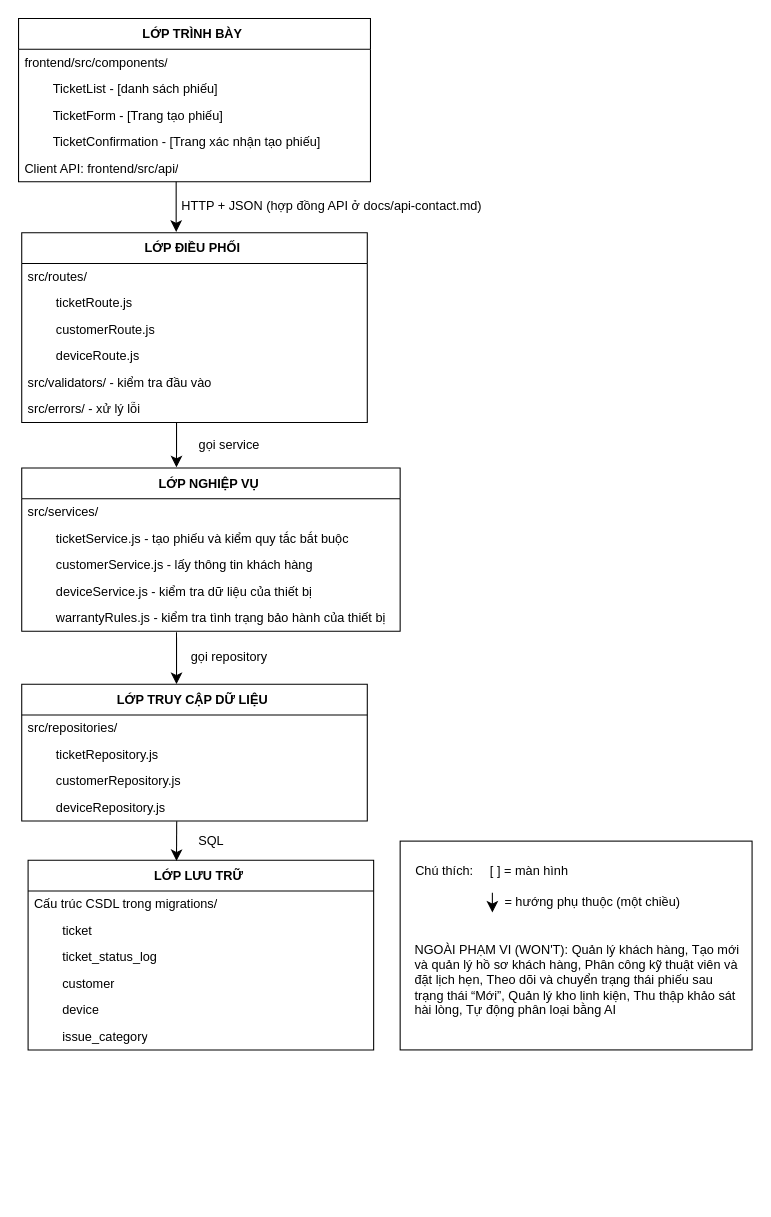
This is docs/architecture-thuc-te.drawio from Dang-Mai-Hoang-Long/cdtn1-dangmaihoanglong-l2, a draw.io file, before an edit. Source tidied: cells renumbered, new cells numbered last; positions are measured from the earlier drawing's top-left corner, leaving out a move shared by most shapes. Both pictures are drawn from the tidied source at 106%, with x=0, y=0 at pixel (18, 18).
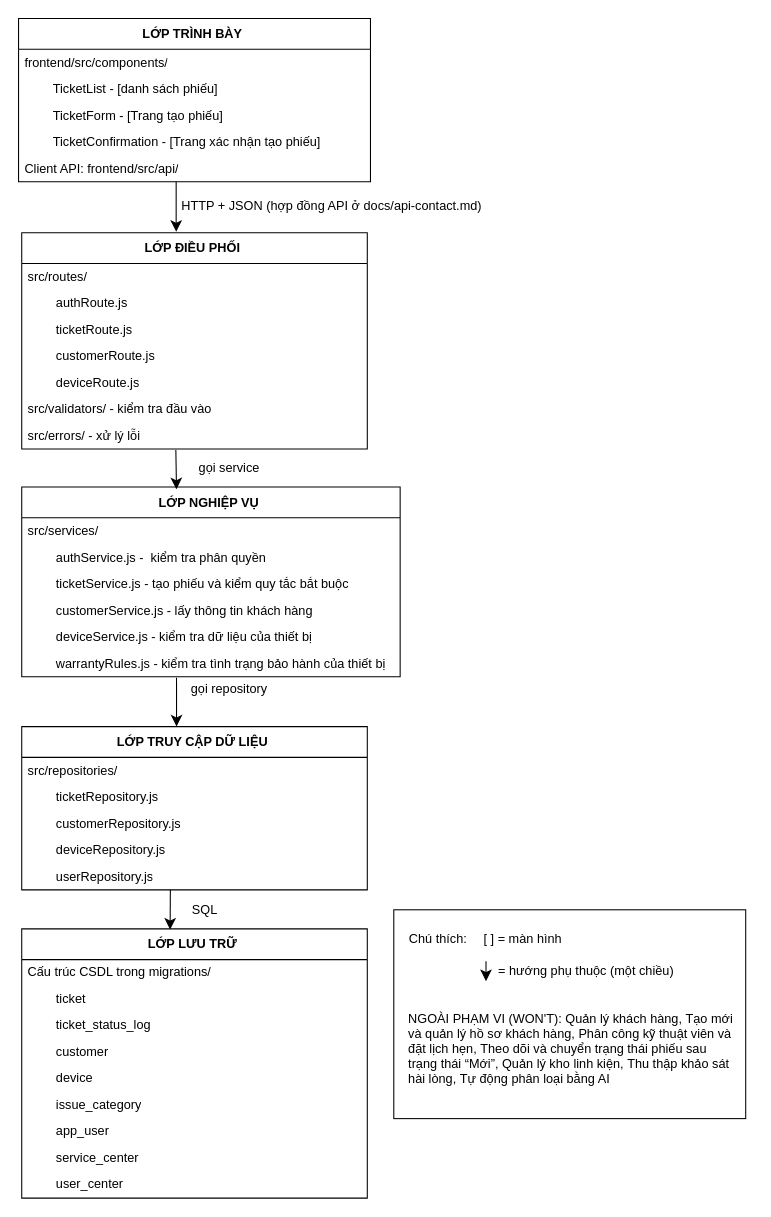
The same page after the edit.

The edit, as a diff of the source:
```diff
@@
     <mxCell id="8" value="LỚP NGHIỆP VỤ&amp;nbsp;" style="swimlane;fontStyle=1;align=center;verticalAlign=middle;horizontal=1;startSize=29;html=1;whiteSpace=wrap;" parent="1" vertex="1">
-      <mxGeometry x="3" y="424" width="357" height="154" as="geometry" />
+      <mxGeometry x="3" y="442" width="357" height="179" as="geometry" />
     </mxCell>
@@
-    <mxCell id="10" value="&lt;span style=&quot;white-space: pre;&quot;&gt;&#9;&lt;/span&gt;ticketService.js - tạo phiếu và kiểm quy tắc bắt buộc" style="text;html=1;strokeColor=none;fillColor=none;align=left;verticalAlign=middle;spacingLeft=4;spacingRight=4;overflow=hidden;whiteSpace=wrap;" parent="8" vertex="1">
+    <mxCell id="10" value="&lt;span style=&quot;white-space: pre;&quot;&gt;&#9;&lt;/span&gt;authService.js -&amp;nbsp; kiểm tra phân quyền" style="text;html=1;strokeColor=none;fillColor=none;align=left;verticalAlign=middle;spacingLeft=4;spacingRight=4;overflow=hidden;whiteSpace=wrap;" parent="8" vertex="1">
       <mxGeometry y="54" width="357" height="25" as="geometry" />
     </mxCell>
+    <mxCell id="47" value="&lt;span style=&quot;white-space: pre;&quot;&gt;&#9;&lt;/span&gt;ticketService.js - tạo phiếu và kiểm quy tắc bắt buộc" style="text;html=1;strokeColor=none;fillColor=none;align=left;verticalAlign=middle;spacingLeft=4;spacingRight=4;overflow=hidden;whiteSpace=wrap;" parent="8" vertex="1">
+      <mxGeometry y="79" width="357" height="25" as="geometry" />
+    </mxCell>
     <mxCell id="11" value="&lt;span style=&quot;white-space: pre;&quot;&gt;&#9;&lt;/span&gt;customerService.js - lấy thông tin khách hàng" style="text;html=1;strokeColor=none;fillColor=none;align=left;verticalAlign=middle;spacingLeft=4;spacingRight=4;overflow=hidden;whiteSpace=wrap;" parent="8" vertex="1">
-      <mxGeometry y="79" width="357" height="25" as="geometry" />
+      <mxGeometry y="104" width="357" height="25" as="geometry" />
     </mxCell>
     <mxCell id="12" value="&lt;span style=&quot;white-space: pre;&quot;&gt;&#9;&lt;/span&gt;deviceService.js - kiểm tra dữ liệu của thiết bị" style="text;html=1;strokeColor=none;fillColor=none;align=left;verticalAlign=middle;spacingLeft=4;spacingRight=4;overflow=hidden;whiteSpace=wrap;" parent="8" vertex="1">
-      <mxGeometry y="104" width="357" height="25" as="geometry" />
+      <mxGeometry y="129" width="357" height="25" as="geometry" />
     </mxCell>
     <mxCell id="13" value="&lt;span style=&quot;white-space: pre;&quot;&gt;&#9;&lt;/span&gt;warrantyRules.js - kiểm tra tình trạng bảo hành của thiết bị" style="text;html=1;strokeColor=none;fillColor=none;align=left;verticalAlign=middle;spacingLeft=4;spacingRight=4;overflow=hidden;points=[[0,0.5],[1,0.5]];portConstraint=eastwest;whiteSpace=wrap;" parent="8" vertex="1">
-      <mxGeometry y="129" width="357" height="25" as="geometry" />
+      <mxGeometry y="154" width="357" height="25" as="geometry" />
     </mxCell>
     <mxCell id="14" value="LỚP TRUY CẬP DỮ LIỆU&amp;nbsp;" style="swimlane;fontStyle=1;align=center;verticalAlign=middle;horizontal=1;startSize=29;html=1;whiteSpace=wrap;" parent="1" vertex="1">
-      <mxGeometry x="3" y="628" width="326" height="129" as="geometry" />
+      <mxGeometry x="3" y="668" width="326" height="154" as="geometry" />
     </mxCell>
@@
+    <mxCell id="48" value="&lt;span style=&quot;white-space: pre;&quot;&gt;&#9;&lt;/span&gt;userRepository.js" style="text;html=1;strokeColor=none;fillColor=none;align=left;verticalAlign=middle;spacingLeft=4;spacingRight=4;overflow=hidden;whiteSpace=wrap;" parent="14" vertex="1">
+      <mxGeometry y="129" width="326" height="25" as="geometry" />
+    </mxCell>
     <mxCell id="19" value="LỚP LƯU TRỮ&amp;nbsp;" style="swimlane;fontStyle=1;align=center;verticalAlign=middle;horizontal=1;startSize=29;html=1;whiteSpace=wrap;" parent="1" vertex="1">
-      <mxGeometry x="9" y="794" width="326" height="179" as="geometry" />
+      <mxGeometry x="3" y="858.8" width="326" height="254" as="geometry" />
     </mxCell>
@@
+    <mxCell id="49" value="&lt;span style=&quot;white-space: pre;&quot;&gt;&#9;&lt;/span&gt;app_user" style="text;html=1;strokeColor=none;fillColor=none;align=left;verticalAlign=middle;spacingLeft=4;spacingRight=4;overflow=hidden;whiteSpace=wrap;" parent="19" vertex="1">
+      <mxGeometry y="179" width="326" height="25" as="geometry" />
+    </mxCell>
+    <mxCell id="50" value="&lt;span style=&quot;white-space: pre;&quot;&gt;&#9;&lt;/span&gt;service_center" style="text;html=1;strokeColor=none;fillColor=none;align=left;verticalAlign=middle;spacingLeft=4;spacingRight=4;overflow=hidden;whiteSpace=wrap;" parent="19" vertex="1">
+      <mxGeometry y="204" width="326" height="25" as="geometry" />
+    </mxCell>
+    <mxCell id="51" value="&lt;span style=&quot;white-space: pre;&quot;&gt;&#9;&lt;/span&gt;&lt;span style=&quot;text-align: center; white-space: nowrap;&quot;&gt;user_center&lt;/span&gt;" style="text;html=1;strokeColor=none;fillColor=none;align=left;verticalAlign=middle;spacingLeft=4;spacingRight=4;overflow=hidden;whiteSpace=wrap;" parent="19" vertex="1">
+      <mxGeometry y="229" width="326" height="25" as="geometry" />
+    </mxCell>
@@
     <mxCell id="27" style="endArrow=classic;html=1;rounded=0;fontSize=12;startSize=8;endSize=8;curved=1;exitX=0.479;exitY=0.98;exitDx=0;exitDy=0;exitPerimeter=0;" parent="1" edge="1">
       <mxGeometry relative="1" as="geometry">
-        <mxPoint x="149.2" y="757.2" as="sourcePoint" />
-        <mxPoint x="149" y="794.8" as="targetPoint" />
+        <mxPoint x="143.2" y="822" as="sourcePoint" />
+        <mxPoint x="143" y="859.5" as="targetPoint" />
       </mxGeometry>
     </mxCell>
     <mxCell id="28" value="SQL" style="text;html=1;whiteSpace=wrap;strokeColor=none;fillColor=none;align=center;verticalAlign=middle;rounded=0;" parent="1" vertex="1">
-      <mxGeometry x="151.5" y="761" width="60" height="30" as="geometry" />
+      <mxGeometry x="145.5" y="825.8" width="60" height="30" as="geometry" />
     </mxCell>
     <mxCell id="29" value="gọi repository" style="text;html=1;whiteSpace=wrap;strokeColor=none;fillColor=none;align=center;verticalAlign=middle;rounded=0;fontStyle=0;" parent="1" vertex="1">
-      <mxGeometry x="151.5" y="588" width="94" height="30" as="geometry" />
+      <mxGeometry x="151.5" y="617.7" width="94" height="30" as="geometry" />
     </mxCell>
@@
     <mxCell id="31" style="rounded=0;whiteSpace=wrap;html=1;fillColor=none;" parent="1" vertex="1">
-      <mxGeometry x="360" y="776" width="332" height="197" as="geometry" />
+      <mxGeometry x="354" y="840.8" width="332" height="197" as="geometry" />
     </mxCell>
     <mxCell id="32" value="Chú thích:" style="text;html=1;whiteSpace=wrap;strokeColor=none;fillColor=none;align=center;verticalAlign=middle;rounded=0;" parent="1" vertex="1">
-      <mxGeometry x="372" y="789" width="60" height="30" as="geometry" />
+      <mxGeometry x="366" y="853.8" width="60" height="30" as="geometry" />
     </mxCell>
     <mxCell id="33" value="[ ] = màn hình" style="text;html=1;whiteSpace=wrap;strokeColor=none;fillColor=none;align=center;verticalAlign=middle;rounded=0;" parent="1" vertex="1">
-      <mxGeometry x="442" y="789" width="80" height="30" as="geometry" />
+      <mxGeometry x="436" y="853.8" width="80" height="30" as="geometry" />
     </mxCell>
     <mxCell id="34" style="endArrow=classic;html=1;rounded=0;fontSize=12;startSize=8;endSize=8;curved=1;" parent="1" edge="1">
       <mxGeometry relative="1" as="geometry">
-        <mxPoint x="447" y="824.6" as="sourcePoint" />
-        <mxPoint x="447" y="843.4" as="targetPoint" />
+        <mxPoint x="441" y="889.4" as="sourcePoint" />
+        <mxPoint x="441" y="908.1" as="targetPoint" />
       </mxGeometry>
     </mxCell>
     <mxCell id="35" value="&amp;nbsp;= hướng phụ thuộc (một chiều)" style="text;html=1;whiteSpace=wrap;strokeColor=none;fillColor=none;align=center;verticalAlign=middle;rounded=0;" parent="1" vertex="1">
-      <mxGeometry x="451.5" y="819" width="176" height="30" as="geometry" />
+      <mxGeometry x="445.5" y="883.8" width="176" height="30" as="geometry" />
     </mxCell>
     <mxCell id="36" value="&lt;div style=&quot;&quot;&gt;&lt;span style=&quot;background-color: transparent; color: light-dark(rgb(0, 0, 0), rgb(255, 255, 255));&quot;&gt;NGOÀI PHẠM VI (WON'T): Quản lý khách hàng,&amp;nbsp;&lt;/span&gt;&lt;span style=&quot;background-color: transparent; color: light-dark(rgb(0, 0, 0), rgb(255, 255, 255)); font-family: Arial, sans-serif;&quot;&gt;Tạo mới&lt;/span&gt;&lt;/div&gt;&lt;font&gt;&lt;div style=&quot;&quot;&gt;&lt;span style=&quot;background-color: transparent; color: light-dark(rgb(0, 0, 0), rgb(255, 255, 255)); font-family: Arial, sans-serif;&quot;&gt;và quản lý hồ sơ khách hàng,&amp;nbsp;&lt;/span&gt;&lt;span style=&quot;background-color: transparent; color: light-dark(rgb(0, 0, 0), rgb(255, 255, 255)); font-family: Arial, sans-serif;&quot;&gt;Phân&amp;nbsp;&lt;/span&gt;&lt;span style=&quot;background-color: transparent; color: light-dark(rgb(0, 0, 0), rgb(255, 255, 255)); font-family: Arial, sans-serif;&quot;&gt;công kỹ thuật viên và đặt lịch hẹn,&amp;nbsp;&lt;/span&gt;&lt;span style=&quot;background-color: transparent; color: light-dark(rgb(0, 0, 0), rgb(255, 255, 255)); font-family: Arial, sans-serif;&quot;&gt;Theo&amp;nbsp;&lt;/span&gt;&lt;span style=&quot;background-color: transparent; color: light-dark(rgb(0, 0, 0), rgb(255, 255, 255)); font-family: Arial, sans-serif;&quot;&gt;dõi và chuyển trạng thái phiếu sau trạng thái “Mới”,&amp;nbsp;&lt;/span&gt;&lt;span style=&quot;background-color: transparent; color: light-dark(rgb(0, 0, 0), rgb(255, 255, 255)); font-family: Arial, sans-serif;&quot;&gt;Quản&amp;nbsp;&lt;/span&gt;&lt;span style=&quot;background-color: transparent; color: light-dark(rgb(0, 0, 0), rgb(255, 255, 255)); font-family: Arial, sans-serif;&quot;&gt;lý kho linh kiện,&amp;nbsp;&lt;/span&gt;&lt;span style=&quot;background-color: transparent; color: light-dark(rgb(0, 0, 0), rgb(255, 255, 255)); font-family: Arial, sans-serif;&quot;&gt;Thu thập&amp;nbsp;&lt;/span&gt;&lt;span style=&quot;background-color: transparent; color: light-dark(rgb(0, 0, 0), rgb(255, 255, 255)); font-family: Arial, sans-serif;&quot;&gt;khảo sát hài lòng,&amp;nbsp;&lt;/span&gt;&lt;span style=&quot;background-color: transparent; color: light-dark(rgb(0, 0, 0), rgb(255, 255, 255)); font-family: Arial, sans-serif;&quot;&gt;Tự động&amp;nbsp;&lt;/span&gt;&lt;span style=&quot;background-color: transparent; color: light-dark(rgb(0, 0, 0), rgb(255, 255, 255)); font-family: Arial, sans-serif;&quot;&gt;phân loại bằng AI&amp;nbsp;&lt;/span&gt;&lt;/div&gt;&lt;/font&gt;&lt;p&gt;&lt;/p&gt;" style="text;html=1;whiteSpace=wrap;strokeColor=none;fillColor=none;align=left;verticalAlign=middle;rounded=0;" parent="1" vertex="1">
-      <mxGeometry x="372" y="873" width="313" height="80" as="geometry" />
+      <mxGeometry x="366" y="937.8" width="313" height="80" as="geometry" />
     </mxCell>
     <mxCell id="37" value="LỚP ĐIỀU PHỐI&amp;nbsp;" style="swimlane;fontStyle=1;align=center;verticalAlign=middle;horizontal=1;startSize=29;html=1;whiteSpace=wrap;" parent="1" vertex="1">
-      <mxGeometry x="3" y="202" width="326" height="179" as="geometry" />
+      <mxGeometry x="3" y="202" width="326" height="204" as="geometry" />
     </mxCell>
@@
+    <mxCell id="52" value="&lt;span style=&quot;background-color: transparent; color: light-dark(#000000, var(--ge-light-color, #ffffff));&quot;&gt;&lt;span style=&quot;white-space: pre;&quot;&gt;&#9;&lt;/span&gt;authRoute.js&lt;/span&gt;" style="text;html=1;strokeColor=none;fillColor=none;align=left;verticalAlign=middle;spacingLeft=4;spacingRight=4;overflow=hidden;whiteSpace=wrap;" parent="37" vertex="1">
+      <mxGeometry y="54" width="326" height="25" as="geometry" />
+    </mxCell>
     <mxCell id="39" value="&lt;span style=&quot;background-color: transparent; color: light-dark(#000000, var(--ge-light-color, #ffffff));&quot;&gt;&lt;span style=&quot;white-space: pre;&quot;&gt;&#9;&lt;/span&gt;ticketRoute.js&lt;/span&gt;" style="text;html=1;strokeColor=none;fillColor=none;align=left;verticalAlign=middle;spacingLeft=4;spacingRight=4;overflow=hidden;whiteSpace=wrap;" parent="37" vertex="1">
-      <mxGeometry y="54" width="326" height="25" as="geometry" />
+      <mxGeometry y="79" width="326" height="25" as="geometry" />
     </mxCell>
     <mxCell id="40" value="&lt;span style=&quot;background-color: transparent; color: light-dark(#000000, var(--ge-light-color, #ffffff));&quot;&gt;&lt;span style=&quot;white-space: pre;&quot;&gt;&#9;&lt;/span&gt;customerRoute.js&lt;/span&gt;" style="text;html=1;strokeColor=none;fillColor=none;align=left;verticalAlign=middle;spacingLeft=4;spacingRight=4;overflow=hidden;whiteSpace=wrap;" parent="37" vertex="1">
-      <mxGeometry y="79" width="326" height="25" as="geometry" />
+      <mxGeometry y="104" width="326" height="25" as="geometry" />
     </mxCell>
     <mxCell id="41" value="&lt;span style=&quot;background-color: transparent; color: light-dark(#000000, var(--ge-light-color, #ffffff));&quot;&gt;&lt;span style=&quot;white-space: pre;&quot;&gt;&#9;&lt;/span&gt;deviceRoute.js&lt;/span&gt;" style="text;html=1;strokeColor=none;fillColor=none;align=left;verticalAlign=middle;spacingLeft=4;spacingRight=4;overflow=hidden;whiteSpace=wrap;" parent="37" vertex="1">
-      <mxGeometry y="104" width="326" height="25" as="geometry" />
+      <mxGeometry y="129" width="326" height="25" as="geometry" />
     </mxCell>
     <mxCell id="42" value="&lt;div&gt;src/validators/ - kiểm tra đầu vào&lt;/div&gt;" style="text;html=1;strokeColor=none;fillColor=none;align=left;verticalAlign=middle;spacingLeft=4;spacingRight=4;overflow=hidden;whiteSpace=wrap;" parent="37" vertex="1">
-      <mxGeometry y="129" width="326" height="25" as="geometry" />
+      <mxGeometry y="154" width="326" height="25" as="geometry" />
     </mxCell>
     <mxCell id="43" value="src/errors/ - xử lý lỗi" style="text;html=1;strokeColor=none;fillColor=none;align=left;verticalAlign=middle;spacingLeft=4;spacingRight=4;overflow=hidden;points=[[0,0.5],[1,0.5]];portConstraint=eastwest;whiteSpace=wrap;" parent="37" vertex="1">
-      <mxGeometry y="154" width="326" height="25" as="geometry" />
+      <mxGeometry y="179" width="326" height="25" as="geometry" />
     </mxCell>
-    <mxCell id="44" style="endArrow=classic;html=1;rounded=0;fontSize=12;startSize=8;endSize=8;curved=1;exitX=0.448;exitY=1.011;exitDx=0;exitDy=0;exitPerimeter=0;" parent="1" edge="1" source="43">
-      <mxGeometry relative="1" as="geometry">
-        <mxPoint x="149" y="423.4" as="targetPoint" />
-      </mxGeometry>
+    <mxCell id="44" style="endArrow=classic;html=1;rounded=0;fontSize=12;startSize=8;endSize=8;curved=1;exitX=0.446;exitY=1.04;exitDx=0;exitDy=0;exitPerimeter=0;entryX=0.409;entryY=0.012;entryDx=0;entryDy=0;entryPerimeter=0;" parent="1" edge="1" source="43" target="8">
+      <mxGeometry x="1" relative="1" as="geometry" />
     </mxCell>
     <mxCell id="45" value="gọi service" style="text;html=1;whiteSpace=wrap;strokeColor=none;fillColor=none;align=center;verticalAlign=middle;rounded=0;" parent="1" vertex="1">
-      <mxGeometry x="151.5" y="388" width="94" height="30" as="geometry" />
+      <mxGeometry x="151.5" y="409" width="94" height="30" as="geometry" />
     </mxCell>
```
